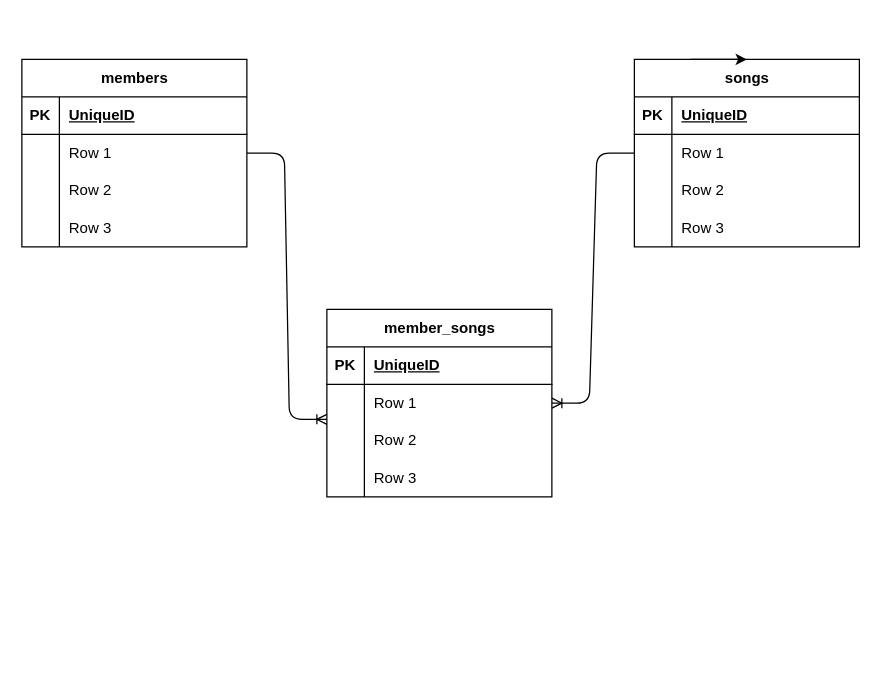
Above: ER.dio in masashikuwahara/hinabase (draw.io), before the change. Source tidied: cells renumbered, new cells numbered last; positions are measured from the earlier drawing's top-left corner, leaving out a move shared by most shapes. Both pictures are drawn from the tidied source at 125%, with x=0, y=0 at pixel (21, 59).
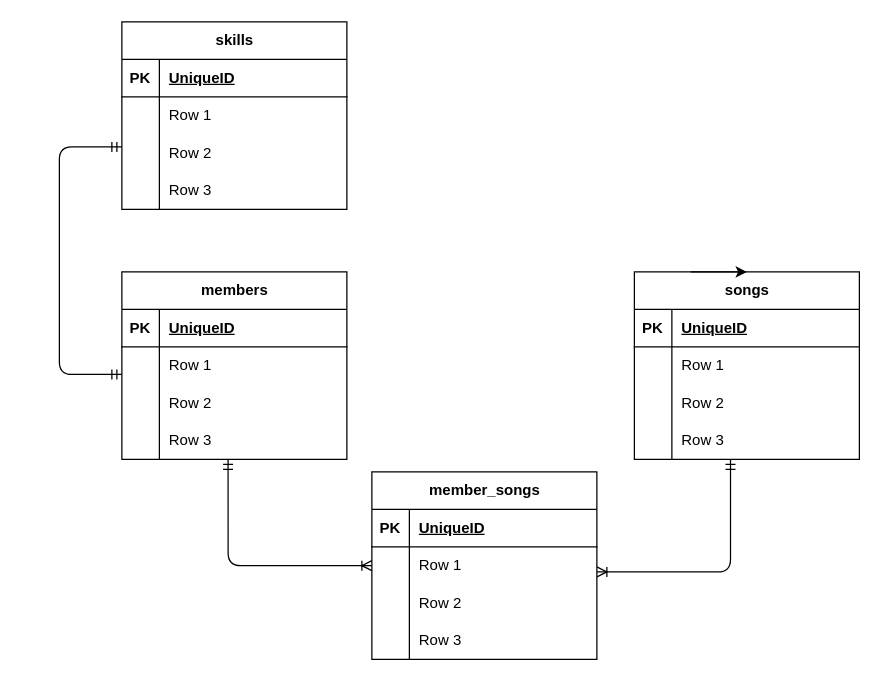
The same page after the edit.

The change refers to these unchanged cells:
```xml
<mxCell id="6" style="shape=tableRow;horizontal=0;startSize=0;swimlaneHead=0;swimlaneBody=0;fillColor=none;points=[[0,0.5],[1,0.5]];portConstraint=eastwest;top=0;left=0;right=0;bottom=0;" parent="2" vertex="1">
  <mxGeometry y="60" width="180" height="30" as="geometry" />
</mxCell>
<mxCell id="9" style="shape=tableRow;horizontal=0;startSize=0;swimlaneHead=0;swimlaneBody=0;fillColor=none;points=[[0,0.5],[1,0.5]];portConstraint=eastwest;top=0;left=0;right=0;bottom=0;" parent="2" vertex="1">
  <mxGeometry y="90" width="180" height="30" as="geometry" />
</mxCell>
<mxCell id="19" style="shape=tableRow;horizontal=0;startSize=0;swimlaneHead=0;swimlaneBody=0;fillColor=none;points=[[0,0.5],[1,0.5]];portConstraint=eastwest;top=0;left=0;right=0;bottom=0;" parent="15" vertex="1">
  <mxGeometry y="60" width="180" height="30" as="geometry" />
</mxCell>
<mxCell id="32" style="shape=tableRow;horizontal=0;startSize=0;swimlaneHead=0;swimlaneBody=0;fillColor=none;points=[[0,0.5],[1,0.5]];portConstraint=eastwest;top=0;left=0;right=0;bottom=0;" parent="28" vertex="1">
  <mxGeometry y="60" width="180" height="30" as="geometry" />
</mxCell>
<mxCell id="38" style="shape=tableRow;horizontal=0;startSize=0;swimlaneHead=0;swimlaneBody=0;fillColor=none;points=[[0,0.5],[1,0.5]];portConstraint=eastwest;top=0;left=0;right=0;bottom=0;" parent="28" vertex="1">
  <mxGeometry y="120" width="180" height="30" as="geometry" />
</mxCell>
```

What changed in the source:
```diff
@@
     <mxCell id="2" value="member_songs" style="shape=table;startSize=30;childLayout=tableLayout;rowLines=0;fontStyle=1;align=center;html=1;" parent="1" vertex="1">
-      <mxGeometry x="244" y="200" width="180" height="150" as="geometry" />
+      <mxGeometry x="280" y="330" width="180" height="150" as="geometry" />
     </mxCell>
@@
     <mxCell id="15" value="songs" style="shape=table;startSize=30;childLayout=tableLayout;rowLines=0;fontStyle=1;align=center;html=1;" parent="1" vertex="1">
-      <mxGeometry x="490" width="180" height="150" as="geometry" />
+      <mxGeometry x="490" y="170" width="180" height="150" as="geometry" />
     </mxCell>
@@
     <mxCell id="28" value="members" style="shape=table;startSize=30;childLayout=tableLayout;rowLines=0;fontStyle=1;align=center;html=1;" parent="1" vertex="1">
-      <mxGeometry width="180" height="150" as="geometry" />
+      <mxGeometry x="80" y="170" width="180" height="150" as="geometry" />
     </mxCell>
@@
-    <mxCell id="42" style="edgeStyle=entityRelationEdgeStyle;fontSize=12;html=1;endArrow=ERoneToMany;entryX=0;entryY=-0.067;entryDx=0;entryDy=0;entryPerimeter=0;" parent="1" edge="1" source="32" target="9">
-      <mxGeometry relative="1" as="geometry" />
-    </mxCell>
-    <mxCell id="43" style="edgeStyle=entityRelationEdgeStyle;fontSize=12;html=1;endArrow=ERoneToMany;entryX=1;entryY=0.5;entryDx=0;entryDy=0;exitX=0;exitY=0.5;exitDx=0;exitDy=0;" parent="1" edge="1" source="19" target="6">
-      <mxGeometry relative="1" as="geometry">
-        <Array as="points">
-          <mxPoint x="440" y="148" />
-          <mxPoint x="490" y="90" />
-          <mxPoint x="383" y="110" />
-        </Array>
-      </mxGeometry>
+    <mxCell id="43" value="skills" style="shape=table;startSize=30;childLayout=tableLayout;rowLines=0;fontStyle=1;align=center;html=1;" parent="1" vertex="1">
+      <mxGeometry x="80" y="-30" width="180" height="150" as="geometry" />
     </mxCell>
+    <mxCell id="44" style="shape=tableRow;horizontal=0;startSize=0;swimlaneHead=0;swimlaneBody=0;fillColor=none;top=0;left=0;right=0;bottom=1;" parent="43" vertex="1">
+      <mxGeometry y="30" width="180" height="30" as="geometry" />
+    </mxCell>
+    <mxCell id="45" value="PK" style="shape=partialRectangle;fillColor=none;top=0;left=0;bottom=0;right=0;fontStyle=1;overflow=hidden;whiteSpace=wrap;html=1;" parent="44" vertex="1">
+      <mxGeometry width="30" height="30" as="geometry" />
+    </mxCell>
+    <mxCell id="46" value="UniqueID" style="shape=partialRectangle;fillColor=none;top=0;left=0;bottom=0;right=0;align=left;spacingLeft=6;fontStyle=5;overflow=hidden;whiteSpace=wrap;html=1;" parent="44" vertex="1">
+      <mxGeometry x="30" width="150" height="30" as="geometry" />
+    </mxCell>
+    <mxCell id="47" style="shape=tableRow;horizontal=0;startSize=0;swimlaneHead=0;swimlaneBody=0;fillColor=none;top=0;left=0;right=0;bottom=0;" parent="43" vertex="1">
+      <mxGeometry y="60" width="180" height="30" as="geometry" />
+    </mxCell>
+    <mxCell id="48" style="shape=partialRectangle;fillColor=none;top=0;left=0;bottom=0;right=0;overflow=hidden;whiteSpace=wrap;html=1;" parent="47" vertex="1">
+      <mxGeometry width="30" height="30" as="geometry" />
+    </mxCell>
+    <mxCell id="49" value="Row 1" style="shape=partialRectangle;fillColor=none;top=0;left=0;bottom=0;right=0;align=left;spacingLeft=6;overflow=hidden;whiteSpace=wrap;html=1;" parent="47" vertex="1">
+      <mxGeometry x="30" width="150" height="30" as="geometry" />
+    </mxCell>
+    <mxCell id="50" style="shape=tableRow;horizontal=0;startSize=0;swimlaneHead=0;swimlaneBody=0;fillColor=none;top=0;left=0;right=0;bottom=0;" parent="43" vertex="1">
+      <mxGeometry y="90" width="180" height="30" as="geometry" />
+    </mxCell>
+    <mxCell id="51" style="shape=partialRectangle;fillColor=none;top=0;left=0;bottom=0;right=0;overflow=hidden;whiteSpace=wrap;html=1;" parent="50" vertex="1">
+      <mxGeometry width="30" height="30" as="geometry" />
+    </mxCell>
+    <mxCell id="52" value="Row 2" style="shape=partialRectangle;fillColor=none;top=0;left=0;bottom=0;right=0;align=left;spacingLeft=6;overflow=hidden;whiteSpace=wrap;html=1;" parent="50" vertex="1">
+      <mxGeometry x="30" width="150" height="30" as="geometry" />
+    </mxCell>
+    <mxCell id="53" style="shape=tableRow;horizontal=0;startSize=0;swimlaneHead=0;swimlaneBody=0;fillColor=none;top=0;left=0;right=0;bottom=0;" parent="43" vertex="1">
+      <mxGeometry y="120" width="180" height="30" as="geometry" />
+    </mxCell>
+    <mxCell id="54" style="shape=partialRectangle;fillColor=none;top=0;left=0;bottom=0;right=0;overflow=hidden;whiteSpace=wrap;html=1;" parent="53" vertex="1">
+      <mxGeometry width="30" height="30" as="geometry" />
+    </mxCell>
+    <mxCell id="55" value="Row 3" style="shape=partialRectangle;fillColor=none;top=0;left=0;bottom=0;right=0;align=left;spacingLeft=6;overflow=hidden;whiteSpace=wrap;html=1;" parent="53" vertex="1">
+      <mxGeometry x="30" width="150" height="30" as="geometry" />
+    </mxCell>
+    <mxCell id="56" style="fontSize=12;html=1;endArrow=ERmandOne;startArrow=ERmandOne;edgeStyle=orthogonalEdgeStyle;" parent="1" edge="1">
+      <mxGeometry relative="1" as="geometry">
+        <mxPoint x="80" y="252" as="sourcePoint" />
+        <mxPoint x="80" y="70" as="targetPoint" />
+        <Array as="points">
+          <mxPoint x="30" y="252" />
+          <mxPoint x="30" y="70" />
+        </Array>
+      </mxGeometry>
+    </mxCell>
+    <mxCell id="57" style="edgeStyle=orthogonalEdgeStyle;fontSize=12;html=1;endArrow=ERoneToMany;startArrow=ERmandOne;exitX=0.472;exitY=1;exitDx=0;exitDy=0;exitPerimeter=0;entryX=0;entryY=0.5;entryDx=0;entryDy=0;" parent="1" edge="1" source="38" target="6">
+      <mxGeometry relative="1" as="geometry" />
+    </mxCell>
+    <mxCell id="58" style="edgeStyle=orthogonalEdgeStyle;fontSize=12;html=1;endArrow=ERoneToMany;startArrow=ERmandOne;exitX=0.444;exitY=1.167;exitDx=0;exitDy=0;exitPerimeter=0;entryX=1.017;entryY=0.833;entryDx=0;entryDy=0;entryPerimeter=0;" parent="1" edge="1">
+      <mxGeometry relative="1" as="geometry">
+        <mxPoint x="566.9" y="320" as="sourcePoint" />
+        <mxPoint x="460" y="410" as="targetPoint" />
+        <Array as="points">
+          <mxPoint x="566.9" y="410" />
+        </Array>
+      </mxGeometry>
+    </mxCell>
```
